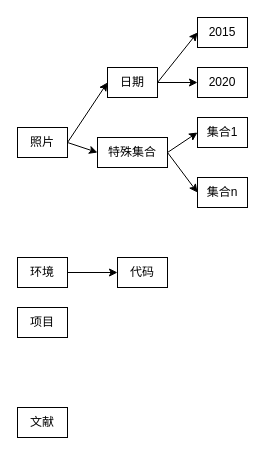
This is 文件夹框架.drawio from undinuanao/-, a draw.io file, before an edit. Source tidied: cells renumbered, new cells numbered last; positions are measured from the earlier drawing's top-left corner, leaving out a move shared by most shapes. Both pictures are drawn from the tidied source at 100%, with x=0, y=0 at pixel (17, 17).
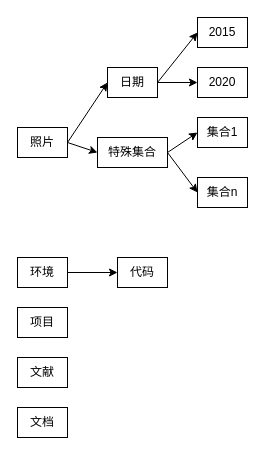
Above is the later version.

Commit message:
更新文件夹框架.drawio

The edit, as a diff of the source:
```diff
@@
     <mxCell id="18" value="文献" style="rounded=0;whiteSpace=wrap;html=1;" parent="1" vertex="1">
-      <mxGeometry y="390" width="50" height="30" as="geometry" />
+      <mxGeometry y="340" width="50" height="30" as="geometry" />
     </mxCell>
@@
+    <mxCell id="20" value="文档" style="rounded=0;whiteSpace=wrap;html=1;" parent="1" vertex="1">
+      <mxGeometry y="390" width="50" height="30" as="geometry" />
+    </mxCell>
```
